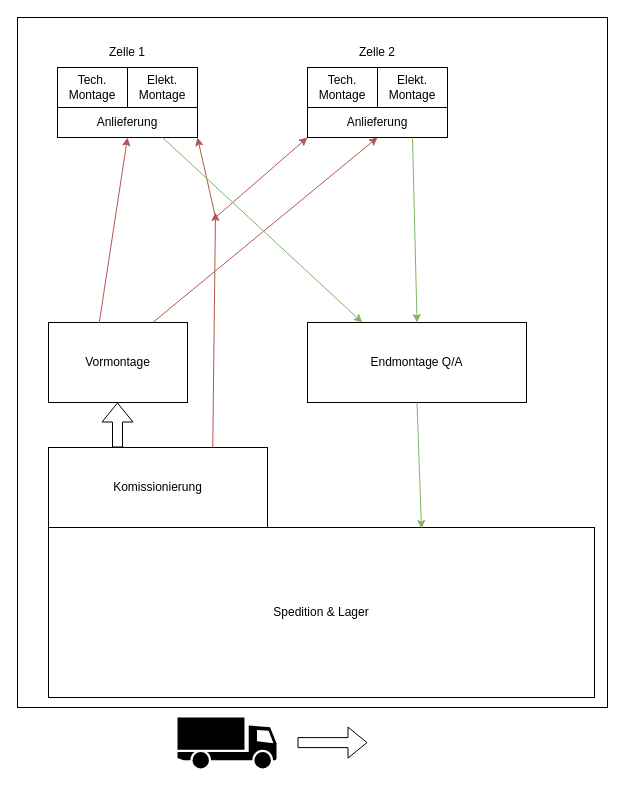
Above: Logistikkonzept.drawio in macnch33s3/draw.io (draw.io), before the change. Source tidied: cells renumbered, new cells numbered last; positions are measured from the earlier drawing's top-left corner, leaving out a move shared by most shapes. Both pictures are drawn from the tidied source at 100%, with x=0, y=0 at pixel (17, 17).
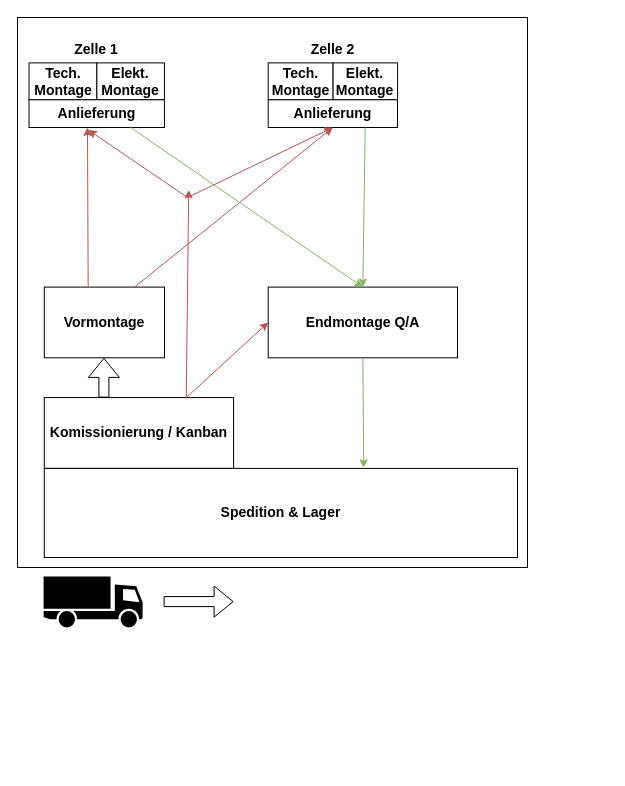
After the change.

Diff of the diagram source:
```diff
@@
+    <mxCell id="30" style="group;" parent="1" vertex="1">
+      <mxGeometry width="510" height="610" as="geometry" />
+    </mxCell>
-    <mxCell id="2" style="rounded=0;whiteSpace=wrap;html=1;" parent="1" vertex="1">
-      <mxGeometry width="590" height="690" as="geometry" />
+    <mxCell id="2" style="rounded=0;whiteSpace=wrap;html=1;fontStyle=1;fontSize=14;" parent="30" vertex="1">
+      <mxGeometry width="510" height="550" as="geometry" />
     </mxCell>
-    <mxCell id="3" value="Spedition &amp;amp; Lager" style="rounded=0;whiteSpace=wrap;html=1;" parent="1" vertex="1">
-      <mxGeometry x="31" y="510" width="546" height="170" as="geometry" />
+    <mxCell id="3" value="Spedition &amp;amp; Lager" style="rounded=0;whiteSpace=wrap;html=1;fontStyle=1;fontSize=14;" parent="30" vertex="1">
+      <mxGeometry x="26.8" y="450.9" width="473.2" height="89.1" as="geometry" />
     </mxCell>
-    <mxCell id="4" value="Komissionierung" style="rounded=0;whiteSpace=wrap;html=1;" parent="1" vertex="1">
-      <mxGeometry x="31" y="430" width="219" height="80" as="geometry" />
+    <mxCell id="4" value="Komissionierung / Kanban" style="rounded=0;whiteSpace=wrap;html=1;fontStyle=1;fontSize=14;" parent="30" vertex="1">
+      <mxGeometry x="26.8" y="380.1" width="189.3" height="70.7" as="geometry" />
     </mxCell>
-    <mxCell id="5" value="Vormontage" style="rounded=0;whiteSpace=wrap;html=1;" parent="1" vertex="1">
-      <mxGeometry x="31" y="305" width="139" height="80" as="geometry" />
+    <mxCell id="5" value="Vormontage" style="rounded=0;whiteSpace=wrap;html=1;fontStyle=1;fontSize=14;" parent="30" vertex="1">
+      <mxGeometry x="26.8" y="269.6" width="120.2" height="70.7" as="geometry" />
     </mxCell>
-    <mxCell id="6" style="shape=mxgraph.signs.transportation.truck_1;html=1;fillColor=#000000;strokeColor=none;verticalLabelPosition=bottom;verticalAlign=top;align=center;flipV=0;flipH=1;" parent="1" vertex="1">
-      <mxGeometry x="160" y="700" width="99" height="51" as="geometry" />
-    </mxCell>
-    <mxCell id="7" style="shape=flexArrow;endArrow=classic;html=1;rounded=0;" parent="1" edge="1">
-      <mxGeometry relative="1" as="geometry">
-        <mxPoint x="280" y="725.1" as="sourcePoint" />
-        <mxPoint x="350" y="725.1" as="targetPoint" />
-      </mxGeometry>
-    </mxCell>
-    <mxCell id="8" value="Endmontage Q/A" style="rounded=0;whiteSpace=wrap;html=1;" parent="1" vertex="1">
-      <mxGeometry x="290" y="305" width="219" height="80" as="geometry" />
+    <mxCell id="8" value="Endmontage Q/A" style="rounded=0;whiteSpace=wrap;html=1;fontStyle=1;fontSize=14;" parent="30" vertex="1">
+      <mxGeometry x="250.7" y="269.6" width="189.3" height="70.7" as="geometry" />
     </mxCell>
-    <mxCell id="9" style="group;" parent="1" vertex="1">
-      <mxGeometry x="290" y="20" width="140" height="100" as="geometry" />
+    <mxCell id="9" style="group;fontStyle=1;fontSize=14;" parent="30" vertex="1">
+      <mxGeometry x="250.7" y="17.7" width="129.3" height="92.3" as="geometry" />
     </mxCell>
-    <mxCell id="10" style="group;" parent="9" vertex="1">
-      <mxGeometry y="30" width="140" height="70" as="geometry" />
+    <mxCell id="10" style="group;fontStyle=1;fontSize=14;" parent="9" vertex="1">
+      <mxGeometry y="27.7" width="129.3" height="64.6" as="geometry" />
     </mxCell>
-    <mxCell id="11" value="Elekt. Montage" style="rounded=0;whiteSpace=wrap;html=1;" parent="10" vertex="1">
-      <mxGeometry x="70" width="70" height="40" as="geometry" />
+    <mxCell id="11" value="Elekt. Montage" style="rounded=0;whiteSpace=wrap;html=1;fontStyle=1;fontSize=14;" parent="10" vertex="1">
+      <mxGeometry x="64.7" width="64.7" height="36.9" as="geometry" />
     </mxCell>
-    <mxCell id="12" value="Tech. Montage" style="rounded=0;whiteSpace=wrap;html=1;" parent="10" vertex="1">
-      <mxGeometry width="70" height="40" as="geometry" />
+    <mxCell id="12" value="Tech. Montage" style="rounded=0;whiteSpace=wrap;html=1;fontStyle=1;fontSize=14;" parent="10" vertex="1">
+      <mxGeometry width="64.7" height="36.9" as="geometry" />
     </mxCell>
-    <mxCell id="13" value="Anlieferung" style="rounded=0;whiteSpace=wrap;html=1;" parent="10" vertex="1">
-      <mxGeometry y="40" width="140" height="30" as="geometry" />
+    <mxCell id="13" value="Anlieferung" style="rounded=0;whiteSpace=wrap;html=1;fontStyle=1;fontSize=14;" parent="10" vertex="1">
+      <mxGeometry y="36.9" width="129.3" height="27.7" as="geometry" />
     </mxCell>
-    <mxCell id="14" value="Zelle 2" style="text;html=1;whiteSpace=wrap;strokeColor=none;fillColor=none;align=center;verticalAlign=middle;rounded=0;" parent="9" vertex="1">
-      <mxGeometry x="40" width="60" height="30" as="geometry" />
+    <mxCell id="14" value="Zelle 2" style="text;html=1;whiteSpace=wrap;strokeColor=none;fillColor=none;align=center;verticalAlign=middle;rounded=0;fontStyle=1;fontSize=14;" parent="9" vertex="1">
+      <mxGeometry x="36.9" width="55.4" height="27.7" as="geometry" />
     </mxCell>
-    <mxCell id="15" style="group;" parent="1" vertex="1">
-      <mxGeometry x="40" y="20" width="140" height="100" as="geometry" />
+    <mxCell id="15" style="group;fontStyle=1;fontSize=14;" parent="30" vertex="1">
+      <mxGeometry x="11.5" y="17.7" width="135.4" height="92.3" as="geometry" />
     </mxCell>
-    <mxCell id="16" style="group;" parent="15" vertex="1">
-      <mxGeometry y="30" width="140" height="70" as="geometry" />
+    <mxCell id="16" style="group;fontStyle=1;fontSize=14;" parent="15" vertex="1">
+      <mxGeometry y="27.7" width="135.4" height="64.6" as="geometry" />
     </mxCell>
-    <mxCell id="17" value="Elekt. Montage" style="rounded=0;whiteSpace=wrap;html=1;" parent="16" vertex="1">
-      <mxGeometry x="70" width="70" height="40" as="geometry" />
+    <mxCell id="17" value="Elekt. Montage" style="rounded=0;whiteSpace=wrap;html=1;fontStyle=1;fontSize=14;" parent="16" vertex="1">
+      <mxGeometry x="67.7" width="67.7" height="36.9" as="geometry" />
     </mxCell>
-    <mxCell id="18" value="Tech. Montage" style="rounded=0;whiteSpace=wrap;html=1;" parent="16" vertex="1">
-      <mxGeometry width="70" height="40" as="geometry" />
+    <mxCell id="18" value="Tech. Montage" style="rounded=0;whiteSpace=wrap;html=1;fontStyle=1;fontSize=14;" parent="16" vertex="1">
+      <mxGeometry width="67.7" height="36.9" as="geometry" />
     </mxCell>
-    <mxCell id="19" value="Anlieferung" style="rounded=0;whiteSpace=wrap;html=1;" parent="16" vertex="1">
-      <mxGeometry y="40" width="140" height="30" as="geometry" />
+    <mxCell id="19" value="Anlieferung" style="rounded=0;whiteSpace=wrap;html=1;fontStyle=1;fontSize=14;" parent="16" vertex="1">
+      <mxGeometry y="36.9" width="135.4" height="27.7" as="geometry" />
     </mxCell>
+    <mxCell id="31" style="endArrow=classic;html=1;rounded=0;entryX=0.439;entryY=1.09;entryDx=0;entryDy=0;entryPerimeter=0;strokeColor=#B85450;" parent="16" edge="1" target="19">
+      <mxGeometry relative="1" as="geometry">
+        <mxPoint x="158.5" y="134.6" as="sourcePoint" />
+      </mxGeometry>
+    </mxCell>
-    <mxCell id="20" value="Zelle 1" style="text;html=1;whiteSpace=wrap;strokeColor=none;fillColor=none;align=center;verticalAlign=middle;rounded=0;" parent="15" vertex="1">
-      <mxGeometry x="40" width="60" height="30" as="geometry" />
+    <mxCell id="20" value="&lt;span&gt;Zelle 1&lt;/span&gt;" style="text;html=1;whiteSpace=wrap;strokeColor=none;fillColor=none;align=center;verticalAlign=middle;rounded=0;fontStyle=1;fontSize=14;" parent="15" vertex="1">
+      <mxGeometry x="38.7" width="58" height="27.7" as="geometry" />
     </mxCell>
-    <mxCell id="21" style="endArrow=classic;html=1;rounded=0;shape=flexArrow;" parent="1" edge="1">
+    <mxCell id="21" style="endArrow=classic;html=1;rounded=0;shape=flexArrow;fontStyle=1;fontSize=14;" parent="30" edge="1">
       <mxGeometry relative="1" as="geometry">
-        <mxPoint x="100" y="430" as="sourcePoint" />
-        <mxPoint x="100" y="385" as="targetPoint" />
+        <mxPoint x="86.4" y="380.1" as="sourcePoint" />
+        <mxPoint x="86.4" y="340.4" as="targetPoint" />
       </mxGeometry>
     </mxCell>
-    <mxCell id="22" style="endArrow=classic;html=1;rounded=0;entryX=0.5;entryY=1;entryDx=0;entryDy=0;exitX=0.365;exitY=0.006;exitDx=0;exitDy=0;exitPerimeter=0;flowAnimation=0;shadow=0;fillColor=#f8cecc;strokeColor=#b85450;" parent="1" edge="1" source="5" target="19">
-      <mxGeometry relative="1" as="geometry" />
-    </mxCell>
-    <mxCell id="23" style="endArrow=classic;html=1;rounded=0;entryX=0.5;entryY=1;entryDx=0;entryDy=0;exitX=0.75;exitY=0;exitDx=0;exitDy=0;flowAnimation=0;shadow=0;fillColor=#f8cecc;strokeColor=#b85450;" parent="1" edge="1" source="5" target="13">
+    <mxCell id="23" style="endArrow=classic;html=1;rounded=0;entryX=0.5;entryY=1;entryDx=0;entryDy=0;exitX=0.75;exitY=0;exitDx=0;exitDy=0;flowAnimation=0;shadow=0;fillColor=#f8cecc;strokeColor=#B85450;fontStyle=1;fontSize=14;" parent="30" edge="1" source="5" target="13">
       <mxGeometry relative="1" as="geometry" />
     </mxCell>
-    <mxCell id="24" style="endArrow=classic;html=1;rounded=0;exitX=0.75;exitY=0;exitDx=0;exitDy=0;flowAnimation=0;shadow=0;fillColor=#f8cecc;strokeColor=#b85450;" parent="1" edge="1" source="4">
+    <mxCell id="24" style="endArrow=classic;html=1;rounded=0;exitX=0.75;exitY=0;exitDx=0;exitDy=0;flowAnimation=0;shadow=0;fillColor=#f8cecc;strokeColor=#b85450;fontStyle=1;fontSize=14;" parent="30" edge="1" source="4">
       <mxGeometry relative="1" as="geometry">
-        <mxPoint x="198" y="195" as="targetPoint" />
+        <mxPoint x="171.2" y="172.4" as="targetPoint" />
       </mxGeometry>
     </mxCell>
-    <mxCell id="25" style="endArrow=classic;html=1;rounded=0;entryX=1;entryY=1;entryDx=0;entryDy=0;flowAnimation=0;shadow=0;fillColor=#f8cecc;strokeColor=#b85450;" parent="1" edge="1" target="19">
-      <mxGeometry relative="1" as="geometry">
-        <mxPoint x="198" y="200" as="sourcePoint" />
-      </mxGeometry>
-    </mxCell>
-    <mxCell id="26" style="endArrow=classic;html=1;rounded=0;entryX=0;entryY=1;entryDx=0;entryDy=0;flowAnimation=0;shadow=0;fillColor=#f8cecc;strokeColor=#b85450;" parent="1" edge="1" target="13">
-      <mxGeometry relative="1" as="geometry">
-        <mxPoint x="198" y="200" as="sourcePoint" />
-      </mxGeometry>
-    </mxCell>
-    <mxCell id="27" style="endArrow=classic;html=1;rounded=0;entryX=0.25;entryY=0;entryDx=0;entryDy=0;exitX=0.75;exitY=1;exitDx=0;exitDy=0;flowAnimation=0;shadow=0;fillColor=#d5e8d4;strokeColor=#82b366;" parent="1" edge="1" source="19" target="8">
+    <mxCell id="27" style="endArrow=classic;html=1;rounded=0;entryX=0.5;entryY=0;entryDx=0;entryDy=0;exitX=0.75;exitY=1;exitDx=0;exitDy=0;flowAnimation=0;shadow=0;fillColor=#d5e8d4;strokeColor=#82b366;fontStyle=1;fontSize=14;" parent="30" edge="1" source="19" target="8">
       <mxGeometry relative="1" as="geometry" />
     </mxCell>
-    <mxCell id="28" style="endArrow=classic;html=1;rounded=0;entryX=0.5;entryY=0;entryDx=0;entryDy=0;exitX=0.75;exitY=1;exitDx=0;exitDy=0;flowAnimation=0;shadow=0;fillColor=#d5e8d4;strokeColor=#82b366;" parent="1" edge="1" source="13" target="8">
+    <mxCell id="28" style="endArrow=classic;html=1;rounded=0;entryX=0.5;entryY=0;entryDx=0;entryDy=0;exitX=0.75;exitY=1;exitDx=0;exitDy=0;flowAnimation=0;shadow=0;fillColor=#d5e8d4;strokeColor=#82b366;fontStyle=1;fontSize=14;" parent="30" edge="1" source="13" target="8">
       <mxGeometry relative="1" as="geometry" />
     </mxCell>
-    <mxCell id="29" style="endArrow=classic;html=1;rounded=0;exitX=0.5;exitY=1;exitDx=0;exitDy=0;flowAnimation=0;shadow=0;fillColor=#d5e8d4;strokeColor=#82b366;" parent="1" edge="1" source="8">
-      <mxGeometry relative="1" as="geometry">
-        <mxPoint x="404" y="511" as="targetPoint" />
-      </mxGeometry>
+    <mxCell id="29" style="endArrow=classic;html=1;rounded=0;exitX=0.5;exitY=1;exitDx=0;exitDy=0;flowAnimation=0;shadow=0;fillColor=#d5e8d4;strokeColor=#82b366;fontStyle=1;fontSize=14;entryX=0.675;entryY=-0.007;entryDx=0;entryDy=0;entryPerimeter=0;" parent="30" edge="1" source="8" target="3">
+      <mxGeometry relative="1" as="geometry" />
     </mxCell>
+    <mxCell id="32" style="endArrow=classic;html=1;rounded=0;exitX=0.365;exitY=0.006;exitDx=0;exitDy=0;exitPerimeter=0;flowAnimation=0;shadow=0;fillColor=#f8cecc;strokeColor=#b85450;fontStyle=1;fontSize=14;" parent="30" edge="1" source="5">
+      <mxGeometry relative="1" as="geometry">
+        <mxPoint x="70" y="110" as="targetPoint" />
+      </mxGeometry>
+    </mxCell>
+    <mxCell id="33" style="endArrow=classic;html=1;rounded=0;entryX=0.5;entryY=1;entryDx=0;entryDy=0;fontColor=#EA6B66;strokeColor=#B85450;" parent="30" edge="1" target="13">
+      <mxGeometry relative="1" as="geometry">
+        <mxPoint x="170" y="180" as="sourcePoint" />
+      </mxGeometry>
+    </mxCell>
+    <mxCell id="6" style="shape=mxgraph.signs.transportation.truck_1;html=1;fillColor=#000000;strokeColor=none;verticalLabelPosition=bottom;verticalAlign=top;align=center;flipV=0;flipH=1;fontStyle=1;fontSize=14;" parent="30" vertex="1">
+      <mxGeometry x="26.1" y="559" width="99" height="51" as="geometry" />
+    </mxCell>
+    <mxCell id="7" style="shape=flexArrow;endArrow=classic;html=1;rounded=0;fontStyle=1;fontSize=14;" parent="30" edge="1">
+      <mxGeometry relative="1" as="geometry">
+        <mxPoint x="146.1" y="584.1" as="sourcePoint" />
+        <mxPoint x="216.1" y="584.1" as="targetPoint" />
+      </mxGeometry>
+    </mxCell>
+    <mxCell id="34" style="endArrow=classic;html=1;rounded=0;exitX=0.75;exitY=0;exitDx=0;exitDy=0;entryX=0;entryY=0.5;entryDx=0;entryDy=0;strokeColor=#B85450;" parent="30" edge="1" source="4" target="8">
+      <mxGeometry relative="1" as="geometry" />
+    </mxCell>
```
